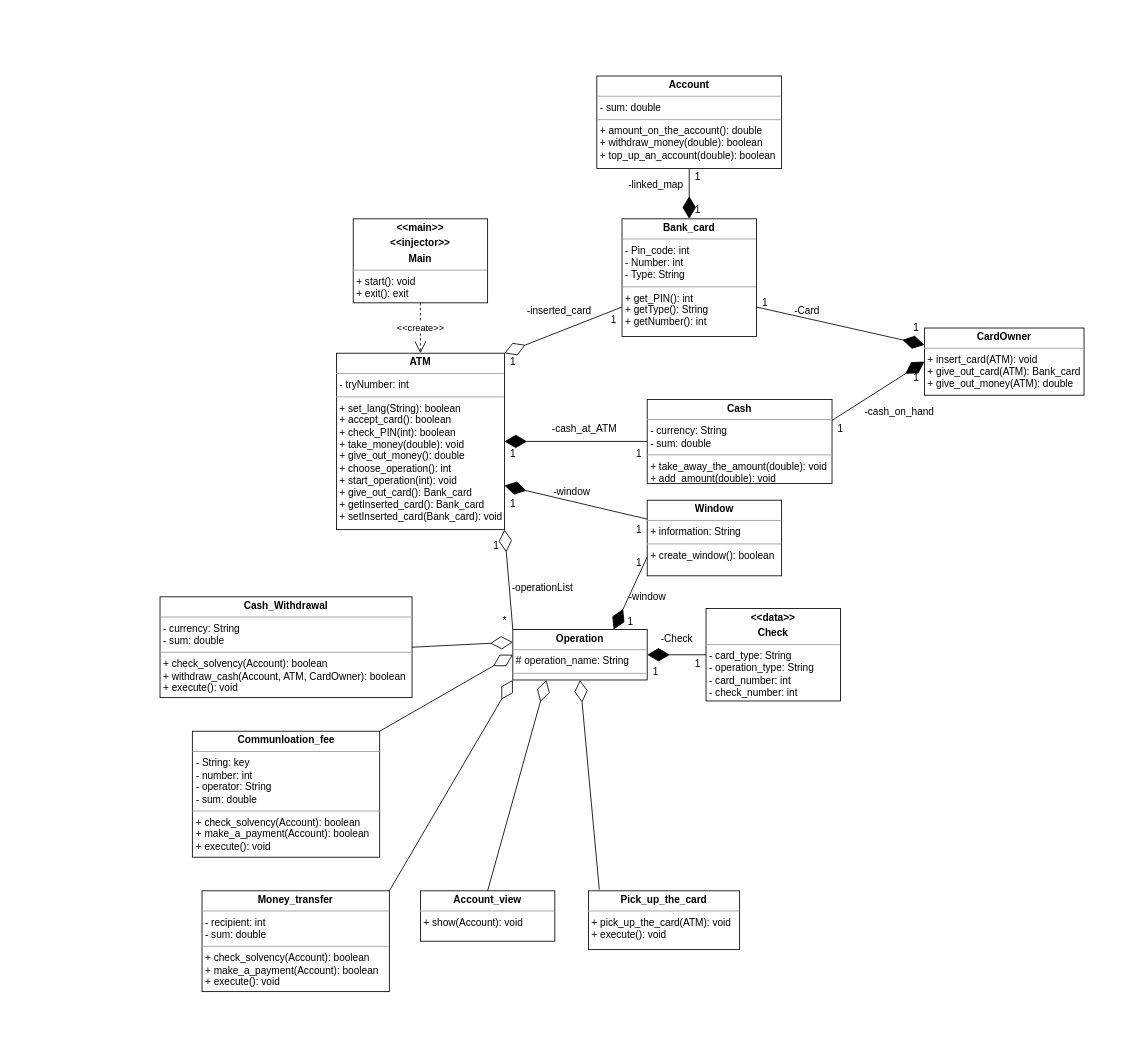
This is page "main class" (1 of 5) of class-diagram.drawio from sazro19/PPwIS, a draw.io file, before an edit. Source tidied: cells renumbered, new cells numbered last; positions are measured from the earlier drawing's top-left corner, leaving out a move shared by most shapes. Both pictures are drawn from the tidied source at 84%, with x=0, y=0 at pixel (160, 76).
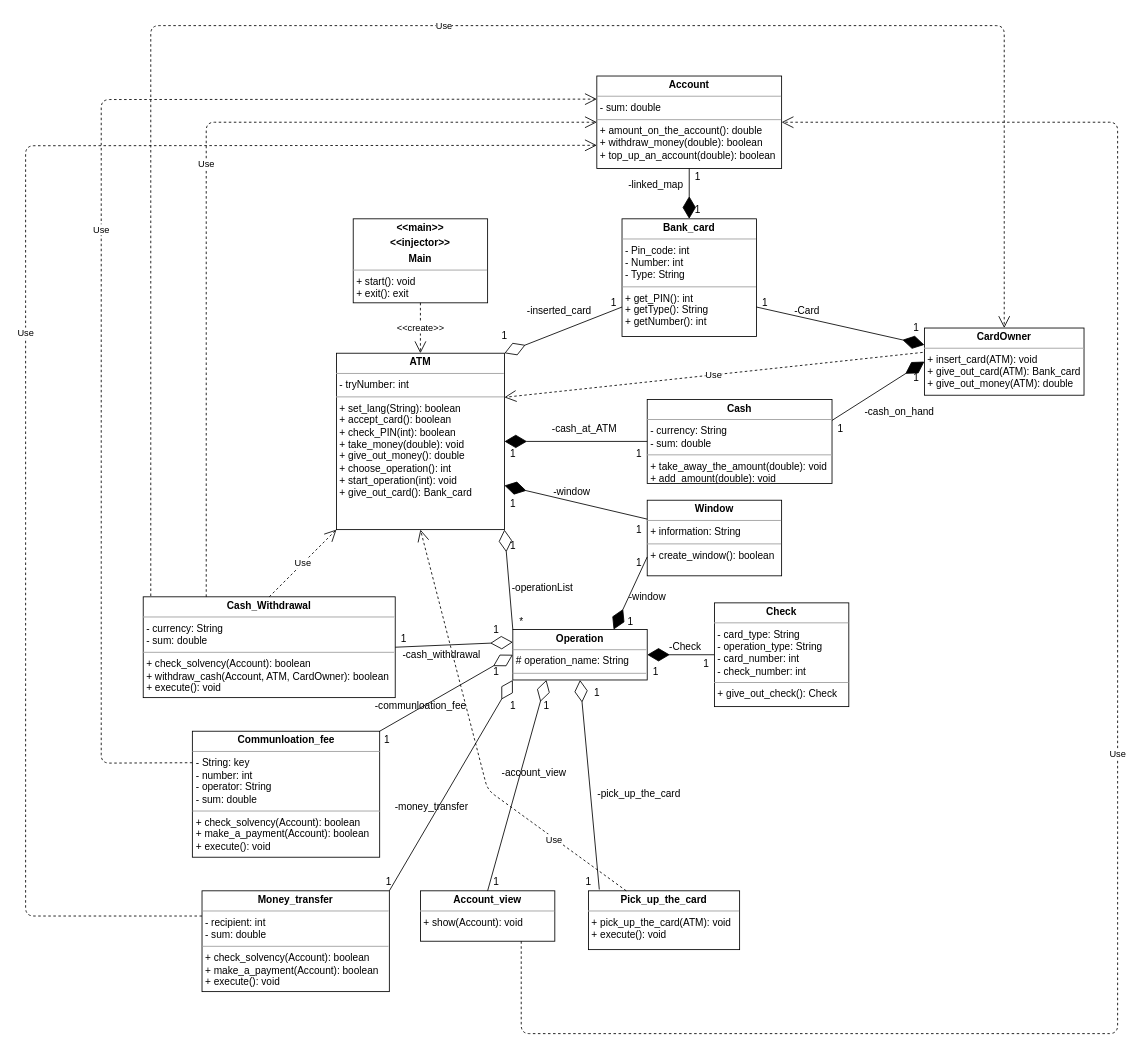
Above is the later version.

The change refers to these unchanged cells:
```xml
<mxCell id="20" value="&lt;p style=&quot;margin: 0px ; margin-top: 4px ; text-align: center&quot;&gt;&lt;b&gt;Operation&lt;/b&gt;&lt;/p&gt;&lt;hr size=&quot;1&quot;&gt;&lt;p style=&quot;margin: 0px ; margin-left: 4px&quot;&gt;# operation_name: String&lt;/p&gt;&lt;hr size=&quot;1&quot;&gt;&lt;p style=&quot;margin: 0px ; margin-left: 4px&quot;&gt;&amp;nbsp;&lt;/p&gt;" style="verticalAlign=top;align=left;overflow=fill;fontSize=12;fontFamily=Helvetica;html=1;" parent="1" vertex="1">
  <mxGeometry x="420" y="659" width="160" height="60" as="geometry" />
</mxCell>
<mxCell id="36" value="&lt;p style=&quot;margin: 0px ; margin-top: 4px ; text-align: center&quot;&gt;&lt;b&gt;Communloation_fee&lt;/b&gt;&lt;/p&gt;&lt;hr size=&quot;1&quot;&gt;&lt;p style=&quot;margin: 0px ; margin-left: 4px&quot;&gt;- String: key&lt;/p&gt;&lt;p style=&quot;margin: 0px ; margin-left: 4px&quot;&gt;- number: int&lt;/p&gt;&lt;p style=&quot;margin: 0px ; margin-left: 4px&quot;&gt;- operator: String&lt;/p&gt;&lt;p style=&quot;margin: 0px ; margin-left: 4px&quot;&gt;- sum: double&lt;/p&gt;&lt;hr size=&quot;1&quot;&gt;&lt;p style=&quot;margin: 0px ; margin-left: 4px&quot;&gt;+ check_solvency(Account): boolean&lt;/p&gt;&lt;p style=&quot;margin: 0px ; margin-left: 4px&quot;&gt;+ make_a_payment(Account): boolean&lt;/p&gt;&lt;p style=&quot;margin: 0px ; margin-left: 4px&quot;&gt;+ execute(): void&lt;/p&gt;" style="verticalAlign=top;align=left;overflow=fill;fontSize=12;fontFamily=Helvetica;html=1;" parent="1" vertex="1">
  <mxGeometry x="38.5" y="780" width="223" height="150" as="geometry" />
</mxCell>
<mxCell id="38" value="&lt;p style=&quot;margin: 0px ; margin-top: 4px ; text-align: center&quot;&gt;&lt;b&gt;Money_transfer&lt;/b&gt;&lt;/p&gt;&lt;hr size=&quot;1&quot;&gt;&lt;p style=&quot;margin: 0px ; margin-left: 4px&quot;&gt;&lt;span&gt;- recipient: int&lt;/span&gt;&lt;br&gt;&lt;/p&gt;&lt;p style=&quot;margin: 0px ; margin-left: 4px&quot;&gt;- sum: double&lt;/p&gt;&lt;hr size=&quot;1&quot;&gt;&lt;p style=&quot;margin: 0px ; margin-left: 4px&quot;&gt;+ check_solvency(Account): boolean&lt;/p&gt;&lt;p style=&quot;margin: 0px ; margin-left: 4px&quot;&gt;+ make_a_payment(Account): boolean&lt;/p&gt;&lt;p style=&quot;margin: 0px ; margin-left: 4px&quot;&gt;+ execute(): void&lt;/p&gt;" style="verticalAlign=top;align=left;overflow=fill;fontSize=12;fontFamily=Helvetica;html=1;" parent="1" vertex="1">
  <mxGeometry x="50" y="970" width="223" height="120" as="geometry" />
</mxCell>
<mxCell id="40" value="&lt;p style=&quot;margin: 0px ; margin-top: 4px ; text-align: center&quot;&gt;&lt;b&gt;Account_view&lt;/b&gt;&lt;/p&gt;&lt;hr size=&quot;1&quot;&gt;&lt;p style=&quot;margin: 0px ; margin-left: 4px&quot;&gt;+ show(Account): void&lt;/p&gt;" style="verticalAlign=top;align=left;overflow=fill;fontSize=12;fontFamily=Helvetica;html=1;" parent="1" vertex="1">
  <mxGeometry x="310" y="970" width="160" height="60" as="geometry" />
</mxCell>
<mxCell id="42" value="&lt;p style=&quot;margin: 0px ; margin-top: 4px ; text-align: center&quot;&gt;&lt;b&gt;Pick_up_the_card&lt;/b&gt;&lt;/p&gt;&lt;hr size=&quot;1&quot;&gt;&lt;p style=&quot;margin: 0px ; margin-left: 4px&quot;&gt;+ pick_up_the_card(ATM): void&lt;/p&gt;&lt;p style=&quot;margin: 0px ; margin-left: 4px&quot;&gt;+ execute(): void&lt;/p&gt;" style="verticalAlign=top;align=left;overflow=fill;fontSize=12;fontFamily=Helvetica;html=1;" parent="1" vertex="1">
  <mxGeometry x="510" y="970" width="180" height="70" as="geometry" />
</mxCell>
<mxCell id="44" value="&lt;p style=&quot;margin: 0px ; margin-top: 4px ; text-align: center&quot;&gt;&lt;b&gt;CardOwner&lt;/b&gt;&lt;/p&gt;&lt;hr size=&quot;1&quot;&gt;&lt;p style=&quot;margin: 0px ; margin-left: 4px&quot;&gt;+ insert_card(ATM): void&lt;/p&gt;&lt;p style=&quot;margin: 0px ; margin-left: 4px&quot;&gt;+ give_out_card(ATM): Bank_card&lt;/p&gt;&lt;p style=&quot;margin: 0px ; margin-left: 4px&quot;&gt;+ give_out_money(ATM): double&lt;/p&gt;" style="verticalAlign=top;align=left;overflow=fill;fontSize=12;fontFamily=Helvetica;html=1;" parent="1" vertex="1">
  <mxGeometry x="910" y="300" width="190" height="80" as="geometry" />
</mxCell>
<mxCell id="53" value="&lt;p style=&quot;margin: 0px ; margin-top: 4px ; text-align: center&quot;&gt;&lt;b&gt;Account&lt;/b&gt;&lt;/p&gt;&lt;hr size=&quot;1&quot;&gt;&lt;p style=&quot;margin: 0px ; margin-left: 4px&quot;&gt;- sum: double&lt;/p&gt;&lt;hr size=&quot;1&quot;&gt;&lt;p style=&quot;margin: 0px ; margin-left: 4px&quot;&gt;+ amount_on_the_account(): double&lt;/p&gt;&lt;p style=&quot;margin: 0px ; margin-left: 4px&quot;&gt;+ withdraw_money(double): boolean&lt;/p&gt;&lt;p style=&quot;margin: 0px ; margin-left: 4px&quot;&gt;+ top_up_an_account(double): boolean&lt;/p&gt;" style="verticalAlign=top;align=left;overflow=fill;fontSize=12;fontFamily=Helvetica;html=1;" parent="1" vertex="1">
  <mxGeometry x="520" width="220" height="110" as="geometry" />
</mxCell>
```

Change to the diagram source:
```diff
@@
-    <mxCell id="3" value="&lt;p style=&quot;margin: 0px ; margin-top: 4px ; text-align: center&quot;&gt;&lt;b&gt;ATM&lt;/b&gt;&lt;/p&gt;&lt;hr size=&quot;1&quot;&gt;&lt;p style=&quot;margin: 0px ; margin-left: 4px&quot;&gt;- tryNumber: int&lt;/p&gt;&lt;hr size=&quot;1&quot;&gt;&lt;p style=&quot;margin: 0px ; margin-left: 4px&quot;&gt;+ set_lang(String): boolean&lt;/p&gt;&lt;p style=&quot;margin: 0px ; margin-left: 4px&quot;&gt;+ accept_card(): boolean&lt;/p&gt;&lt;p style=&quot;margin: 0px ; margin-left: 4px&quot;&gt;+ check_PIN(int): boolean&lt;/p&gt;&lt;p style=&quot;margin: 0px ; margin-left: 4px&quot;&gt;+ take_money(double): void&lt;/p&gt;&lt;p style=&quot;margin: 0px ; margin-left: 4px&quot;&gt;+ give_out_money(): double&lt;/p&gt;&lt;p style=&quot;margin: 0px ; margin-left: 4px&quot;&gt;+ choose_operation(): int&lt;/p&gt;&lt;p style=&quot;margin: 0px ; margin-left: 4px&quot;&gt;+ start_operation(int): void&lt;/p&gt;&lt;p style=&quot;margin: 0px ; margin-left: 4px&quot;&gt;+ give_out_card(): Bank_card&lt;/p&gt;&lt;p style=&quot;margin: 0px ; margin-left: 4px&quot;&gt;+ getInserted_card(): Bank_card&lt;/p&gt;&lt;p style=&quot;margin: 0px ; margin-left: 4px&quot;&gt;+ setInserted_card(Bank_card): void&lt;/p&gt;&lt;p style=&quot;margin: 0px ; margin-left: 4px&quot;&gt;&lt;br&gt;&lt;/p&gt;" style="verticalAlign=top;align=left;overflow=fill;fontSize=12;fontFamily=Helvetica;html=1;" parent="1" vertex="1">
+    <mxCell id="3" value="&lt;p style=&quot;margin: 0px ; margin-top: 4px ; text-align: center&quot;&gt;&lt;b&gt;ATM&lt;/b&gt;&lt;/p&gt;&lt;hr size=&quot;1&quot;&gt;&lt;p style=&quot;margin: 0px ; margin-left: 4px&quot;&gt;- tryNumber: int&lt;/p&gt;&lt;hr size=&quot;1&quot;&gt;&lt;p style=&quot;margin: 0px ; margin-left: 4px&quot;&gt;+ set_lang(String): boolean&lt;/p&gt;&lt;p style=&quot;margin: 0px ; margin-left: 4px&quot;&gt;+ accept_card(): boolean&lt;/p&gt;&lt;p style=&quot;margin: 0px ; margin-left: 4px&quot;&gt;+ check_PIN(int): boolean&lt;/p&gt;&lt;p style=&quot;margin: 0px ; margin-left: 4px&quot;&gt;+ take_money(double): void&lt;/p&gt;&lt;p style=&quot;margin: 0px ; margin-left: 4px&quot;&gt;+ give_out_money(): double&lt;/p&gt;&lt;p style=&quot;margin: 0px ; margin-left: 4px&quot;&gt;+ choose_operation(): int&lt;/p&gt;&lt;p style=&quot;margin: 0px ; margin-left: 4px&quot;&gt;+ start_operation(int): void&lt;/p&gt;&lt;p style=&quot;margin: 0px ; margin-left: 4px&quot;&gt;+ give_out_card(): Bank_card&lt;/p&gt;&lt;p style=&quot;margin: 0px ; margin-left: 4px&quot;&gt;&lt;br&gt;&lt;/p&gt;&lt;p style=&quot;margin: 0px ; margin-left: 4px&quot;&gt;&lt;br&gt;&lt;/p&gt;" style="verticalAlign=top;align=left;overflow=fill;fontSize=12;fontFamily=Helvetica;html=1;" parent="1" vertex="1">
       <mxGeometry x="210" y="330" width="200" height="210" as="geometry" />
     </mxCell>
@@
     <mxCell id="7" value="1" style="text;html=1;align=center;verticalAlign=middle;" parent="1" vertex="1">
-      <mxGeometry x="410" y="330" width="20" height="20" as="geometry" />
+      <mxGeometry x="400" y="300" width="20" height="20" as="geometry" />
     </mxCell>
     <mxCell id="8" value="1" style="text;html=1;align=center;verticalAlign=middle;" parent="1" vertex="1">
-      <mxGeometry x="530" y="280" width="20" height="20" as="geometry" />
+      <mxGeometry x="530" y="260" width="20" height="20" as="geometry" />
     </mxCell>
@@
     <mxCell id="22" value="*" style="text;html=1;align=center;verticalAlign=middle;" parent="1" vertex="1">
-      <mxGeometry x="400" y="639" width="20" height="20" as="geometry" />
+      <mxGeometry x="420" y="640" width="20" height="20" as="geometry" />
     </mxCell>
     <mxCell id="23" value="1" style="text;html=1;align=center;verticalAlign=middle;" parent="1" vertex="1">
-      <mxGeometry x="390" y="550" width="20" height="20" as="geometry" />
+      <mxGeometry x="410" y="550" width="20" height="20" as="geometry" />
     </mxCell>
@@
-    <mxCell id="25" value="&lt;p style=&quot;margin: 0px ; margin-top: 4px ; text-align: center&quot;&gt;&lt;b&gt;&amp;lt;&amp;lt;data&amp;gt;&amp;gt;&lt;/b&gt;&lt;/p&gt;&lt;p style=&quot;margin: 0px ; margin-top: 4px ; text-align: center&quot;&gt;&lt;b&gt;Check&lt;/b&gt;&lt;/p&gt;&lt;hr size=&quot;1&quot;&gt;&lt;p style=&quot;margin: 0px ; margin-left: 4px&quot;&gt;- card_type: String&lt;/p&gt;&lt;p style=&quot;margin: 0px ; margin-left: 4px&quot;&gt;- operation_type: String&lt;/p&gt;&lt;p style=&quot;margin: 0px ; margin-left: 4px&quot;&gt;- card_number: int&lt;/p&gt;&lt;p style=&quot;margin: 0px ; margin-left: 4px&quot;&gt;- check_number: int&lt;/p&gt;&lt;p style=&quot;margin: 0px ; margin-left: 4px&quot;&gt;&lt;br&gt;&lt;/p&gt;" style="verticalAlign=top;align=left;overflow=fill;fontSize=12;fontFamily=Helvetica;html=1;" parent="1" vertex="1">
-      <mxGeometry x="650" y="634" width="160" height="110" as="geometry" />
-    </mxCell>
@@
-    <mxCell id="30" style="endArrow=diamondThin;endFill=1;endSize=24;html=1;entryX=1;entryY=0.5;entryDx=0;entryDy=0;exitX=0;exitY=0.5;exitDx=0;exitDy=0;" parent="1" edge="1" source="25" target="20">
+    <mxCell id="30" style="endArrow=diamondThin;endFill=1;endSize=24;html=1;entryX=1;entryY=0.5;entryDx=0;entryDy=0;exitX=0;exitY=0.5;exitDx=0;exitDy=0;" parent="1" edge="1" source="81" target="20">
       <mxGeometry relative="1" as="geometry" />
     </mxCell>
@@
     <mxCell id="32" value="1" style="text;html=1;align=center;verticalAlign=middle;" parent="1" vertex="1">
-      <mxGeometry x="630" y="690" width="20" height="20" as="geometry" />
+      <mxGeometry x="640" y="690" width="20" height="20" as="geometry" />
     </mxCell>
     <mxCell id="33" value="-Check" style="text;html=1;align=center;verticalAlign=middle;" parent="1" vertex="1">
-      <mxGeometry x="590" y="660" width="50" height="20" as="geometry" />
+      <mxGeometry x="600" y="670" width="50" height="20" as="geometry" />
     </mxCell>
     <mxCell id="34" value="&lt;p style=&quot;margin: 0px ; margin-top: 4px ; text-align: center&quot;&gt;&lt;b&gt;Cash_Withdrawal&lt;/b&gt;&lt;/p&gt;&lt;hr size=&quot;1&quot;&gt;&lt;p style=&quot;margin: 0px ; margin-left: 4px&quot;&gt;- currency: String&lt;/p&gt;&lt;p style=&quot;margin: 0px ; margin-left: 4px&quot;&gt;- sum: double&lt;/p&gt;&lt;hr size=&quot;1&quot;&gt;&lt;p style=&quot;margin: 0px ; margin-left: 4px&quot;&gt;+ check_solvency(Account): boolean&lt;/p&gt;&lt;p style=&quot;margin: 0px ; margin-left: 4px&quot;&gt;+ withdraw_cash(Account, ATM, CardOwner): boolean&lt;/p&gt;&lt;p style=&quot;margin: 0px ; margin-left: 4px&quot;&gt;+ execute(): void&lt;/p&gt;" style="verticalAlign=top;align=left;overflow=fill;fontSize=12;fontFamily=Helvetica;html=1;" parent="1" vertex="1">
-      <mxGeometry y="620" width="300" height="120" as="geometry" />
+      <mxGeometry x="-20" y="620" width="300" height="120" as="geometry" />
     </mxCell>
@@
+    <mxCell id="58" value="Use" style="endArrow=open;endSize=12;dashed=1;html=1;exitX=-0.011;exitY=0.363;exitDx=0;exitDy=0;exitPerimeter=0;entryX=1;entryY=0.25;entryDx=0;entryDy=0;" parent="1" edge="1" source="44" target="3">
+      <mxGeometry relative="1" as="geometry" />
+    </mxCell>
+    <mxCell id="59" value="Use" style="endArrow=open;endSize=12;dashed=1;html=1;exitX=0.25;exitY=0;exitDx=0;exitDy=0;entryX=0.5;entryY=1;entryDx=0;entryDy=0;" parent="1" edge="1" source="42" target="3">
+      <mxGeometry x="-0.6" y="1" relative="1" as="geometry">
+        <Array as="points">
+          <mxPoint x="390" y="850" />
+        </Array>
+      </mxGeometry>
+    </mxCell>
+    <mxCell id="60" value="Use" style="endArrow=open;endSize=12;dashed=1;html=1;exitX=0.25;exitY=0;exitDx=0;exitDy=0;entryX=0;entryY=0.5;entryDx=0;entryDy=0;" parent="1" edge="1" source="34" target="53">
+      <mxGeometry relative="1" as="geometry">
+        <Array as="points">
+          <mxPoint x="55" y="55" />
+        </Array>
+      </mxGeometry>
+    </mxCell>
+    <mxCell id="61" value="Use" style="endArrow=open;endSize=12;dashed=1;html=1;exitX=0.5;exitY=0;exitDx=0;exitDy=0;entryX=0;entryY=1;entryDx=0;entryDy=0;" parent="1" edge="1" source="34" target="3">
+      <mxGeometry relative="1" as="geometry" />
+    </mxCell>
+    <mxCell id="62" value="Use" style="endArrow=open;endSize=12;dashed=1;html=1;exitX=0.03;exitY=-0.008;exitDx=0;exitDy=0;exitPerimeter=0;entryX=0.5;entryY=0;entryDx=0;entryDy=0;" parent="1" edge="1" source="34" target="44">
+      <mxGeometry relative="1" as="geometry">
+        <Array as="points">
+          <mxPoint x="-11" y="-60" />
+          <mxPoint x="1005" y="-60" />
+        </Array>
+      </mxGeometry>
+    </mxCell>
+    <mxCell id="63" value="Use" style="endArrow=open;endSize=12;dashed=1;html=1;exitX=0;exitY=0.25;exitDx=0;exitDy=0;entryX=0;entryY=0.25;entryDx=0;entryDy=0;" parent="1" edge="1" source="36" target="53">
+      <mxGeometry relative="1" as="geometry">
+        <Array as="points">
+          <mxPoint x="-70" y="818" />
+          <mxPoint x="-70" y="28" />
+        </Array>
+      </mxGeometry>
+    </mxCell>
+    <mxCell id="64" value="Use" style="endArrow=open;endSize=12;dashed=1;html=1;exitX=0;exitY=0.25;exitDx=0;exitDy=0;entryX=0;entryY=0.75;entryDx=0;entryDy=0;" parent="1" edge="1" source="38" target="53">
+      <mxGeometry relative="1" as="geometry">
+        <Array as="points">
+          <mxPoint x="-160" y="1000" />
+          <mxPoint x="-160" y="83" />
+        </Array>
+      </mxGeometry>
+    </mxCell>
+    <mxCell id="65" value="Use" style="endArrow=open;endSize=12;dashed=1;html=1;exitX=0.75;exitY=1;exitDx=0;exitDy=0;entryX=1;entryY=0.5;entryDx=0;entryDy=0;" parent="1" edge="1" source="40" target="53">
+      <mxGeometry relative="1" as="geometry">
+        <Array as="points">
+          <mxPoint x="430" y="1140" />
+          <mxPoint x="1140" y="1140" />
+          <mxPoint x="1140" y="55" />
+        </Array>
+      </mxGeometry>
+    </mxCell>
+    <mxCell id="66" value="1" style="text;html=1;align=center;verticalAlign=middle;" parent="1" vertex="1">
+      <mxGeometry x="510" y="724" width="20" height="20" as="geometry" />
+    </mxCell>
+    <mxCell id="67" value="1" style="text;html=1;align=center;verticalAlign=middle;" parent="1" vertex="1">
+      <mxGeometry x="500" y="950" width="20" height="20" as="geometry" />
+    </mxCell>
+    <mxCell id="68" value="-pick_up_the_card" style="text;html=1;align=center;verticalAlign=middle;" parent="1" vertex="1">
+      <mxGeometry x="515" y="845" width="110" height="20" as="geometry" />
+    </mxCell>
+    <mxCell id="69" value="1" style="text;html=1;align=center;verticalAlign=middle;" parent="1" vertex="1">
+      <mxGeometry x="450" y="740" width="20" height="20" as="geometry" />
+    </mxCell>
+    <mxCell id="70" value="1" style="text;html=1;align=center;verticalAlign=middle;" parent="1" vertex="1">
+      <mxGeometry x="390" y="950" width="20" height="20" as="geometry" />
+    </mxCell>
+    <mxCell id="71" value="1" style="text;html=1;align=center;verticalAlign=middle;" parent="1" vertex="1">
+      <mxGeometry x="261.5" y="950" width="20" height="20" as="geometry" />
+    </mxCell>
+    <mxCell id="72" value="1" style="text;html=1;align=center;verticalAlign=middle;" parent="1" vertex="1">
+      <mxGeometry x="410" y="740" width="20" height="20" as="geometry" />
+    </mxCell>
+    <mxCell id="73" value="1" style="text;html=1;align=center;verticalAlign=middle;" parent="1" vertex="1">
+      <mxGeometry x="390" y="699" width="20" height="20" as="geometry" />
+    </mxCell>
+    <mxCell id="74" value="1" style="text;html=1;align=center;verticalAlign=middle;" parent="1" vertex="1">
+      <mxGeometry x="260" y="780" width="20" height="20" as="geometry" />
+    </mxCell>
+    <mxCell id="75" value="1" style="text;html=1;align=center;verticalAlign=middle;" parent="1" vertex="1">
+      <mxGeometry x="280" y="660" width="20" height="20" as="geometry" />
+    </mxCell>
+    <mxCell id="76" value="1" style="text;html=1;align=center;verticalAlign=middle;" parent="1" vertex="1">
+      <mxGeometry x="390" y="650" width="20" height="20" as="geometry" />
+    </mxCell>
+    <mxCell id="77" value="-cash_withdrawal" style="text;html=1;align=center;verticalAlign=middle;" parent="1" vertex="1">
+      <mxGeometry x="280" y="679" width="110" height="20" as="geometry" />
+    </mxCell>
+    <mxCell id="78" value="-communloation_fee" style="text;html=1;align=center;verticalAlign=middle;" parent="1" vertex="1">
+      <mxGeometry x="250" y="740" width="120" height="20" as="geometry" />
+    </mxCell>
+    <mxCell id="79" value="-money_transfer" style="text;html=1;align=center;verticalAlign=middle;" parent="1" vertex="1">
+      <mxGeometry x="273" y="860" width="100" height="20" as="geometry" />
+    </mxCell>
+    <mxCell id="80" value="-account_view" style="text;html=1;align=center;verticalAlign=middle;" parent="1" vertex="1">
+      <mxGeometry x="400" y="820" width="90" height="20" as="geometry" />
+    </mxCell>
+    <mxCell id="81" value="&lt;p style=&quot;margin: 4px 0px 0px ; text-align: center&quot;&gt;&lt;b&gt;Check&lt;/b&gt;&lt;br&gt;&lt;/p&gt;&lt;hr size=&quot;1&quot;&gt;&lt;p style=&quot;margin: 0px 0px 0px 4px&quot;&gt;- card_type: String&lt;/p&gt;&lt;p style=&quot;margin: 0px 0px 0px 4px&quot;&gt;- operation_type: String&lt;/p&gt;&lt;p style=&quot;margin: 0px 0px 0px 4px&quot;&gt;- card_number: int&lt;/p&gt;&lt;p style=&quot;margin: 0px 0px 0px 4px&quot;&gt;- check_number: int&lt;/p&gt;&lt;hr size=&quot;1&quot;&gt;&lt;p style=&quot;margin: 0px ; margin-left: 4px&quot;&gt;+ give_out_check(): Check&lt;/p&gt;" style="verticalAlign=top;align=left;overflow=fill;fontSize=12;fontFamily=Helvetica;html=1;" parent="1" vertex="1">
+      <mxGeometry x="660" y="627.2" width="160" height="123.5" as="geometry" />
+    </mxCell>
```
